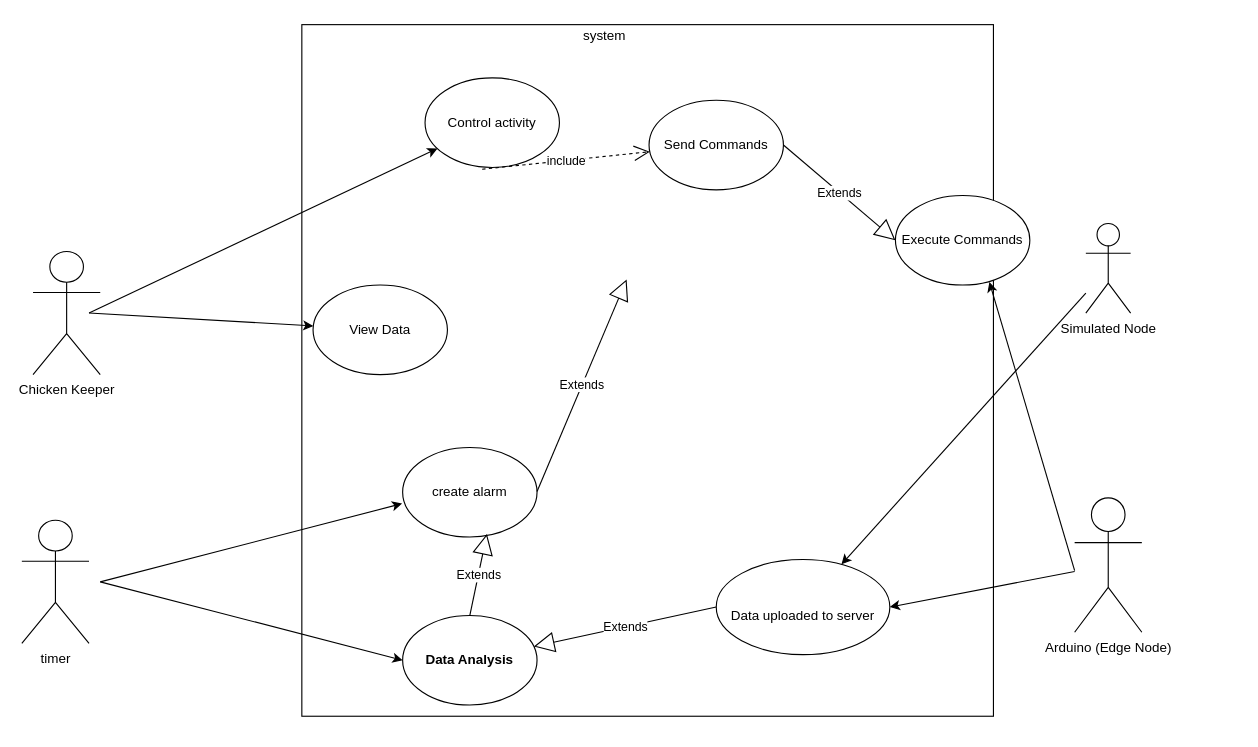
Earlier version of the draw.io diagram Requirement_UseCase_Diagram.drawio (XingxingLiao/TEST). Source tidied: cells renumbered, new cells numbered last; positions are measured from the earlier drawing's top-left corner, leaving out a move shared by most shapes. Both pictures are drawn from the tidied source at 112%, with x=0, y=0 at pixel (21, 19).
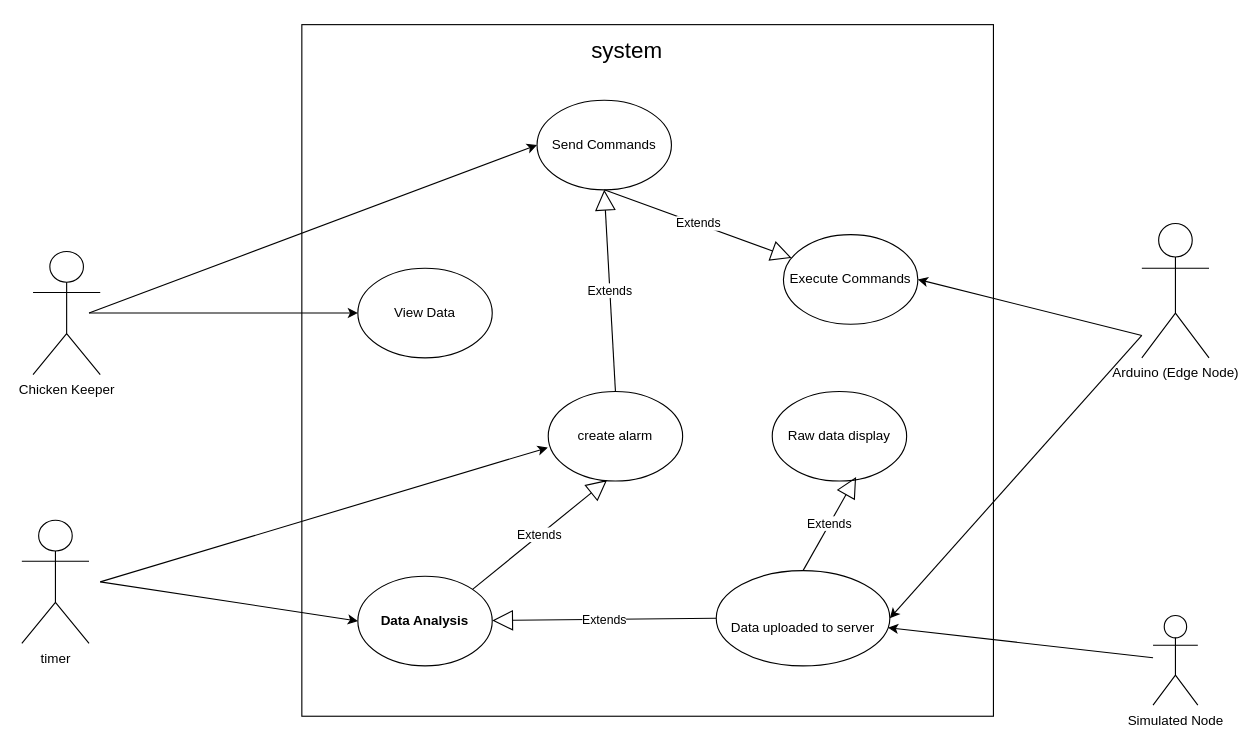
The same page after the edit.

Diff of the diagram source:
```diff
@@
     <mxCell id="3" value="Arduino (Edge Node)" style="shape=umlActor;verticalLabelPosition=bottom;verticalAlign=top;html=1;outlineConnect=0;labelBackgroundColor=none;" parent="1" vertex="1">
-      <mxGeometry x="940" y="427" width="60" height="120" as="geometry" />
+      <mxGeometry x="1000" y="182" width="60" height="120" as="geometry" />
     </mxCell>
     <mxCell id="4" value="Simulated Node" style="shape=umlActor;verticalLabelPosition=bottom;verticalAlign=top;html=1;outlineConnect=0;labelBackgroundColor=none;" parent="1" vertex="1">
-      <mxGeometry x="950" y="182" width="40" height="80" as="geometry" />
+      <mxGeometry x="1010" y="532" width="40" height="80" as="geometry" />
     </mxCell>
@@
-    <mxCell id="6" value="Control activity" style="ellipse;whiteSpace=wrap;html=1;labelBackgroundColor=none;" parent="1" vertex="1">
-      <mxGeometry x="360" y="52" width="120" height="80" as="geometry" />
-    </mxCell>
     <mxCell id="7" value="View Data" style="ellipse;whiteSpace=wrap;html=1;labelBackgroundColor=none;" parent="1" vertex="1">
-      <mxGeometry x="260" y="237" width="120" height="80" as="geometry" />
+      <mxGeometry x="300" y="222" width="120" height="80" as="geometry" />
     </mxCell>
     <mxCell id="8" value="&lt;strong&gt;Data Analysis&lt;/strong&gt;" style="ellipse;whiteSpace=wrap;html=1;labelBackgroundColor=none;" parent="1" vertex="1">
-      <mxGeometry x="340" y="532" width="120" height="80" as="geometry" />
+      <mxGeometry x="300" y="497" width="120" height="80" as="geometry" />
     </mxCell>
     <mxCell id="9" value="Send Commands" style="ellipse;whiteSpace=wrap;html=1;labelBackgroundColor=none;" parent="1" vertex="1">
-      <mxGeometry x="560" y="72" width="120" height="80" as="geometry" />
+      <mxGeometry x="460" y="72" width="120" height="80" as="geometry" />
     </mxCell>
     <mxCell id="10" value="Execute Commands" style="ellipse;whiteSpace=wrap;html=1;labelBackgroundColor=none;" parent="1" vertex="1">
-      <mxGeometry x="780" y="157" width="120" height="80" as="geometry" />
+      <mxGeometry x="680" y="192" width="120" height="80" as="geometry" />
     </mxCell>
     <mxCell id="11" value="&lt;div style=&quot;text-wrap-mode: nowrap;&quot;&gt;&lt;br&gt;&lt;/div&gt;&lt;div style=&quot;text-wrap-mode: nowrap;&quot;&gt;Data uploaded to server&lt;/div&gt;" style="ellipse;whiteSpace=wrap;html=1;labelBackgroundColor=none;" parent="1" vertex="1">
-      <mxGeometry x="620" y="482" width="155" height="85" as="geometry" />
+      <mxGeometry x="620" y="492" width="155" height="85" as="geometry" />
     </mxCell>
-    <mxCell id="12" value="&lt;font color=&quot;#000000&quot;&gt;system&lt;/font&gt;" style="text;html=1;align=center;verticalAlign=middle;strokeColor=none;fillColor=none;labelBackgroundColor=none;" parent="1" vertex="1">
-      <mxGeometry x="490" width="60" height="30" as="geometry" />
+    <mxCell id="12" value="&lt;font color=&quot;#000000&quot;&gt;system&lt;/font&gt;" style="text;html=1;align=center;verticalAlign=middle;strokeColor=none;fillColor=none;labelBackgroundColor=none;fontSize=20;" parent="1" vertex="1">
+      <mxGeometry x="495" y="7" width="90" height="40" as="geometry" />
     </mxCell>
@@
     <mxCell id="15" value="create alarm" style="ellipse;whiteSpace=wrap;html=1;" parent="1" vertex="1">
-      <mxGeometry x="340" y="382" width="120" height="80" as="geometry" />
+      <mxGeometry x="470" y="332" width="120" height="80" as="geometry" />
     </mxCell>
@@
-    <mxCell id="17" style="endArrow=classic;html=1;rounded=0;" parent="1" edge="1" target="6">
+    <mxCell id="17" style="endArrow=classic;html=1;rounded=0;entryX=0;entryY=0.5;entryDx=0;entryDy=0;" parent="1" edge="1" target="9">
       <mxGeometry relative="1" as="geometry">
         <mxPoint x="60" y="262" as="sourcePoint" />
       </mxGeometry>
     </mxCell>
-    <mxCell id="18" style="endArrow=classic;html=1;rounded=0;entryX=1;entryY=0.5;entryDx=0;entryDy=0;" parent="1" edge="1" source="3" target="11">
-      <mxGeometry relative="1" as="geometry" />
+    <mxCell id="18" style="endArrow=classic;html=1;rounded=0;entryX=1;entryY=0.5;entryDx=0;entryDy=0;" parent="1" edge="1" target="11">
+      <mxGeometry relative="1" as="geometry">
+        <mxPoint x="1000" y="282" as="sourcePoint" />
+      </mxGeometry>
     </mxCell>
@@
-    <mxCell id="22" value="Extends" style="endArrow=block;endSize=16;endFill=0;html=1;rounded=0;exitX=1;exitY=0.5;exitDx=0;exitDy=0;entryX=0;entryY=0.5;entryDx=0;entryDy=0;" parent="1" edge="1" source="9" target="10">
+    <mxCell id="22" value="Extends" style="endArrow=block;endSize=16;endFill=0;html=1;rounded=0;exitX=0.5;exitY=1;exitDx=0;exitDy=0;" parent="1" edge="1" source="9" target="10">
       <mxGeometry relative="1" as="geometry" />
     </mxCell>
-    <mxCell id="23" value="Extends" style="endArrow=block;endSize=16;endFill=0;html=1;rounded=0;" parent="1" edge="1">
-      <mxGeometry relative="1" as="geometry">
-        <mxPoint x="460" y="421.3" as="sourcePoint" />
-        <mxPoint x="540" y="232" as="targetPoint" />
-      </mxGeometry>
+    <mxCell id="23" value="Extends" style="endArrow=block;endSize=16;endFill=0;html=1;rounded=0;entryX=0.5;entryY=1;entryDx=0;entryDy=0;exitX=0.5;exitY=0;exitDx=0;exitDy=0;" parent="1" edge="1" source="15" target="9">
+      <mxGeometry relative="1" as="geometry" />
     </mxCell>
-    <mxCell id="24" value="Extends" style="endArrow=block;endSize=16;endFill=0;html=1;rounded=0;entryX=0.627;entryY=0.966;entryDx=0;entryDy=0;entryPerimeter=0;" parent="1" edge="1" target="15">
-      <mxGeometry relative="1" as="geometry">
-        <mxPoint x="400" y="532" as="sourcePoint" />
-      </mxGeometry>
+    <mxCell id="24" value="Extends" style="endArrow=block;endSize=16;endFill=0;html=1;rounded=0;entryX=0.438;entryY=0.989;entryDx=0;entryDy=0;entryPerimeter=0;exitX=1;exitY=0;exitDx=0;exitDy=0;" parent="1" edge="1" source="8" target="15">
+      <mxGeometry relative="1" as="geometry" />
     </mxCell>
-    <mxCell id="25" style="endArrow=classic;html=1;rounded=0;entryX=0.699;entryY=0.966;entryDx=0;entryDy=0;entryPerimeter=0;" parent="1" edge="1" target="10">
+    <mxCell id="25" style="endArrow=classic;html=1;rounded=0;entryX=1;entryY=0.5;entryDx=0;entryDy=0;" parent="1" edge="1" target="10">
       <mxGeometry relative="1" as="geometry">
-        <mxPoint x="940" y="492" as="sourcePoint" />
+        <mxPoint x="1000" y="282" as="sourcePoint" />
       </mxGeometry>
     </mxCell>
-    <mxCell id="26" value="include" style="endArrow=open;endSize=12;dashed=1;html=1;rounded=0;strokeColor=default;align=center;verticalAlign=middle;fontFamily=Helvetica;fontSize=11;fontColor=default;labelBackgroundColor=default;exitX=0.425;exitY=1.02;exitDx=0;exitDy=0;exitPerimeter=0;" parent="1" edge="1" source="6" target="9">
-      <mxGeometry relative="1" as="geometry" />
-    </mxCell>
+    <mxCell id="27" value="Raw data display" style="ellipse;whiteSpace=wrap;html=1;" parent="1" vertex="1">
+      <mxGeometry x="670" y="332" width="120" height="80" as="geometry" />
+    </mxCell>
+    <mxCell id="28" value="Extends" style="endArrow=block;endSize=16;endFill=0;html=1;rounded=0;exitX=0.5;exitY=0;exitDx=0;exitDy=0;entryX=0.624;entryY=0.954;entryDx=0;entryDy=0;entryPerimeter=0;" parent="1" edge="1" source="11" target="27">
+      <mxGeometry relative="1" as="geometry" />
+    </mxCell>
```
